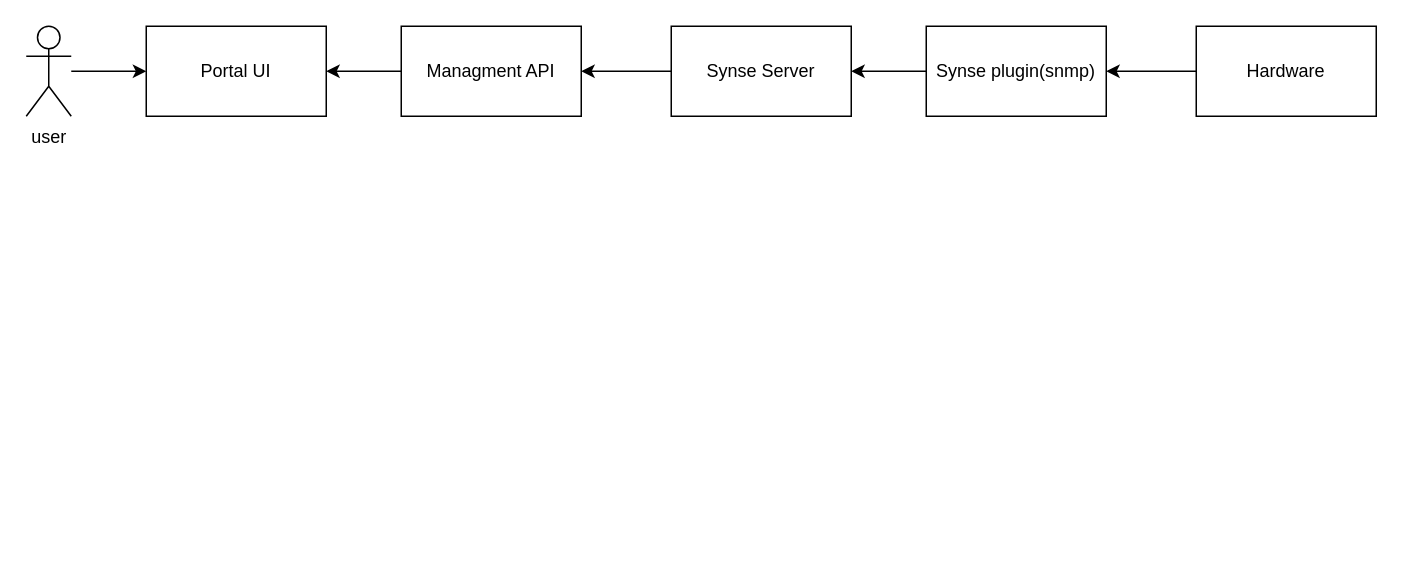
The draw.io diagram page "Page-1" (1 of 3) of power-rep.drawio in dsm100/test, before the edit. Source tidied: cells renumbered, new cells numbered last; positions are measured from the earlier drawing's top-left corner, leaving out a move shared by most shapes. Both pictures are drawn from the tidied source at 150%, with x=0, y=0 at pixel (26, 26).
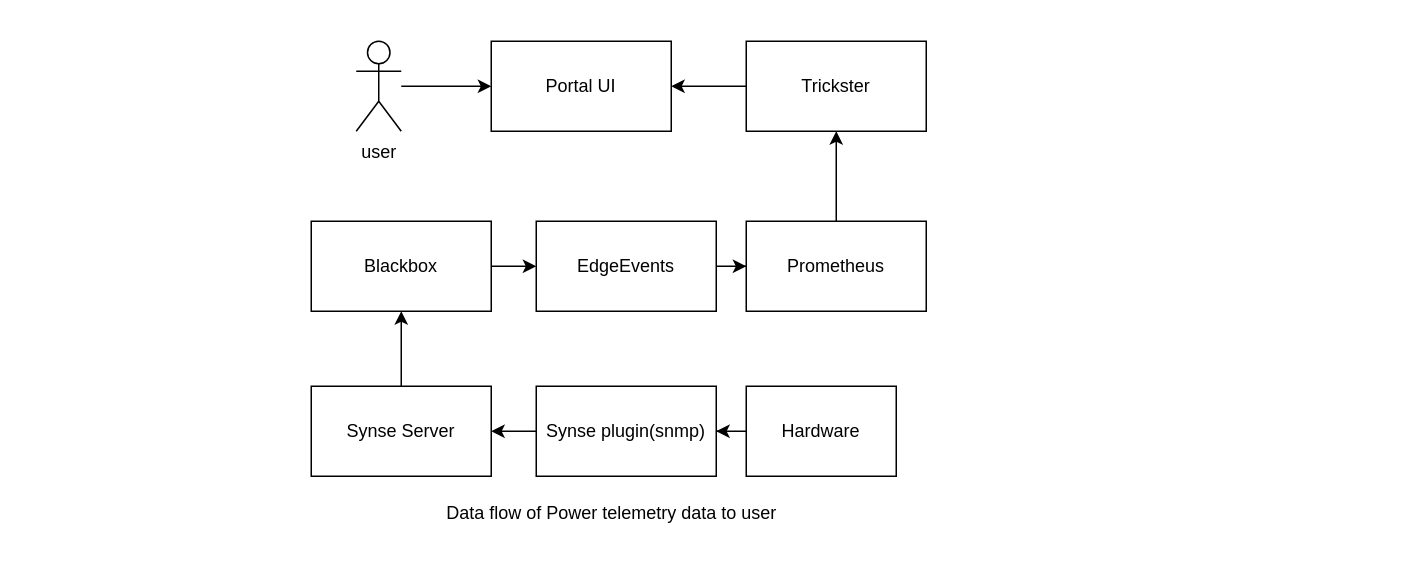
The same page after the edit.

Diff of the diagram source:
```diff
@@
 <mxGraphModel>
   <root>
     <mxCell id="0" />
     <mxCell id="1" parent="0" />
+    <mxCell id="13" style="edgeStyle=orthogonalEdgeStyle;rounded=0;jettySize=auto;html=1;" parent="1" edge="1" source="2" target="18">
+      <mxGeometry relative="1" as="geometry" />
+    </mxCell>
-    <mxCell id="2" value="Portal UI" style="rounded=0;whiteSpace=wrap;html=1;" parent="1" vertex="1">
-      <mxGeometry x="80" width="120" height="60" as="geometry" />
+    <mxCell id="2" value="Trickster" style="rounded=0;whiteSpace=wrap;html=1;" parent="1" vertex="1">
+      <mxGeometry x="480" y="10" width="120" height="60" as="geometry" />
     </mxCell>
     <mxCell id="3" style="edgeStyle=orthogonalEdgeStyle;rounded=0;jettySize=auto;html=1;" parent="1" edge="1" source="4" target="2">
       <mxGeometry relative="1" as="geometry" />
     </mxCell>
-    <mxCell id="4" value="Managment API" style="rounded=0;whiteSpace=wrap;html=1;" parent="1" vertex="1">
-      <mxGeometry x="250" width="120" height="60" as="geometry" />
+    <mxCell id="4" value="Prometheus" style="rounded=0;whiteSpace=wrap;html=1;" parent="1" vertex="1">
+      <mxGeometry x="480" y="130" width="120" height="60" as="geometry" />
     </mxCell>
-    <mxCell id="5" style="edgeStyle=orthogonalEdgeStyle;rounded=0;jettySize=auto;html=1;" parent="1" edge="1" source="6" target="4">
+    <mxCell id="5" style="edgeStyle=orthogonalEdgeStyle;rounded=0;jettySize=auto;html=1;entryX=0.5;entryY=1;entryDx=0;entryDy=0;" parent="1" edge="1" source="6" target="15">
       <mxGeometry relative="1" as="geometry" />
     </mxCell>
     <mxCell id="6" value="Synse Server" style="rounded=0;whiteSpace=wrap;html=1;" parent="1" vertex="1">
-      <mxGeometry x="430" width="120" height="60" as="geometry" />
+      <mxGeometry x="190" y="240" width="120" height="60" as="geometry" />
     </mxCell>
     <mxCell id="7" style="edgeStyle=orthogonalEdgeStyle;rounded=0;jettySize=auto;html=1;" parent="1" edge="1" source="8" target="6">
       <mxGeometry relative="1" as="geometry" />
     </mxCell>
     <mxCell id="8" value="Synse plugin(snmp)" style="rounded=0;whiteSpace=wrap;html=1;" parent="1" vertex="1">
-      <mxGeometry x="600" width="120" height="60" as="geometry" />
+      <mxGeometry x="340" y="240" width="120" height="60" as="geometry" />
     </mxCell>
     <mxCell id="9" style="edgeStyle=orthogonalEdgeStyle;rounded=0;jettySize=auto;html=1;" parent="1" edge="1" source="10" target="8">
       <mxGeometry relative="1" as="geometry" />
     </mxCell>
     <mxCell id="10" value="Hardware" style="rounded=0;whiteSpace=wrap;html=1;" parent="1" vertex="1">
-      <mxGeometry x="780" width="120" height="60" as="geometry" />
+      <mxGeometry x="480" y="240" width="100" height="60" as="geometry" />
     </mxCell>
-    <mxCell id="11" style="edgeStyle=orthogonalEdgeStyle;rounded=0;jettySize=auto;html=1;" parent="1" edge="1" source="12" target="2">
+    <mxCell id="11" style="edgeStyle=orthogonalEdgeStyle;rounded=0;jettySize=auto;html=1;entryX=0;entryY=0.5;entryDx=0;entryDy=0;" parent="1" edge="1" source="12" target="18">
       <mxGeometry relative="1" as="geometry" />
     </mxCell>
     <mxCell id="12" value="user" style="shape=umlActor;verticalLabelPosition=bottom;verticalAlign=top;html=1;outlineConnect=0;" parent="1" vertex="1">
-      <mxGeometry width="30" height="60" as="geometry" />
+      <mxGeometry x="220" y="10" width="30" height="60" as="geometry" />
     </mxCell>
+    <mxCell id="14" style="edgeStyle=orthogonalEdgeStyle;rounded=0;jettySize=auto;html=1;" parent="1" edge="1" source="15" target="17">
+      <mxGeometry relative="1" as="geometry" />
+    </mxCell>
+    <mxCell id="15" value="Blackbox" style="rounded=0;whiteSpace=wrap;html=1;" parent="1" vertex="1">
+      <mxGeometry x="190" y="130" width="120" height="60" as="geometry" />
+    </mxCell>
+    <mxCell id="16" style="edgeStyle=orthogonalEdgeStyle;rounded=0;jettySize=auto;html=1;" parent="1" edge="1" source="17" target="4">
+      <mxGeometry relative="1" as="geometry" />
+    </mxCell>
+    <mxCell id="17" value="EdgeEvents" style="rounded=0;whiteSpace=wrap;html=1;" parent="1" vertex="1">
+      <mxGeometry x="340" y="130" width="120" height="60" as="geometry" />
+    </mxCell>
+    <mxCell id="18" value="Portal UI" style="rounded=0;whiteSpace=wrap;html=1;" parent="1" vertex="1">
+      <mxGeometry x="310" y="10" width="120" height="60" as="geometry" />
+    </mxCell>
+    <mxCell id="19" value="Data flow of Power telemetry data to user" style="text;html=1;align=center;verticalAlign=middle;strokeColor=none;fillColor=none;" parent="1" vertex="1">
+      <mxGeometry x="270" y="310" width="240" height="30" as="geometry" />
+    </mxCell>
   </root>
 </mxGraphModel>
```
